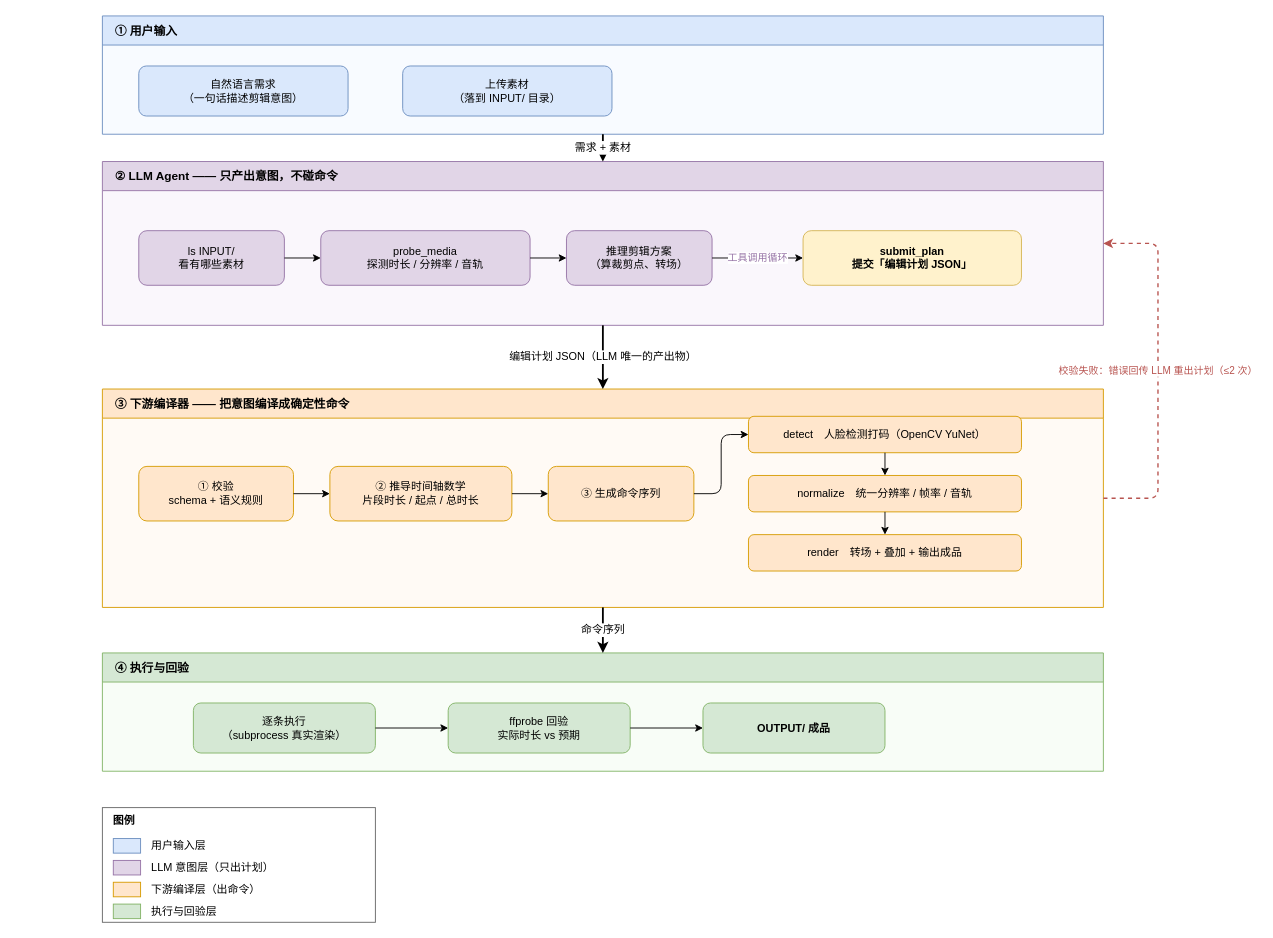
Earlier version of the draw.io diagram docs/architecture-flow.drawio (CoderPro-young/SmartTrimAgent-). Source tidied: cells renumbered, new cells numbered last; positions are measured from the earlier drawing's top-left corner, leaving out a move shared by most shapes. Both pictures are drawn from the tidied source at 91%, with x=0, y=0 at pixel (102, 15).
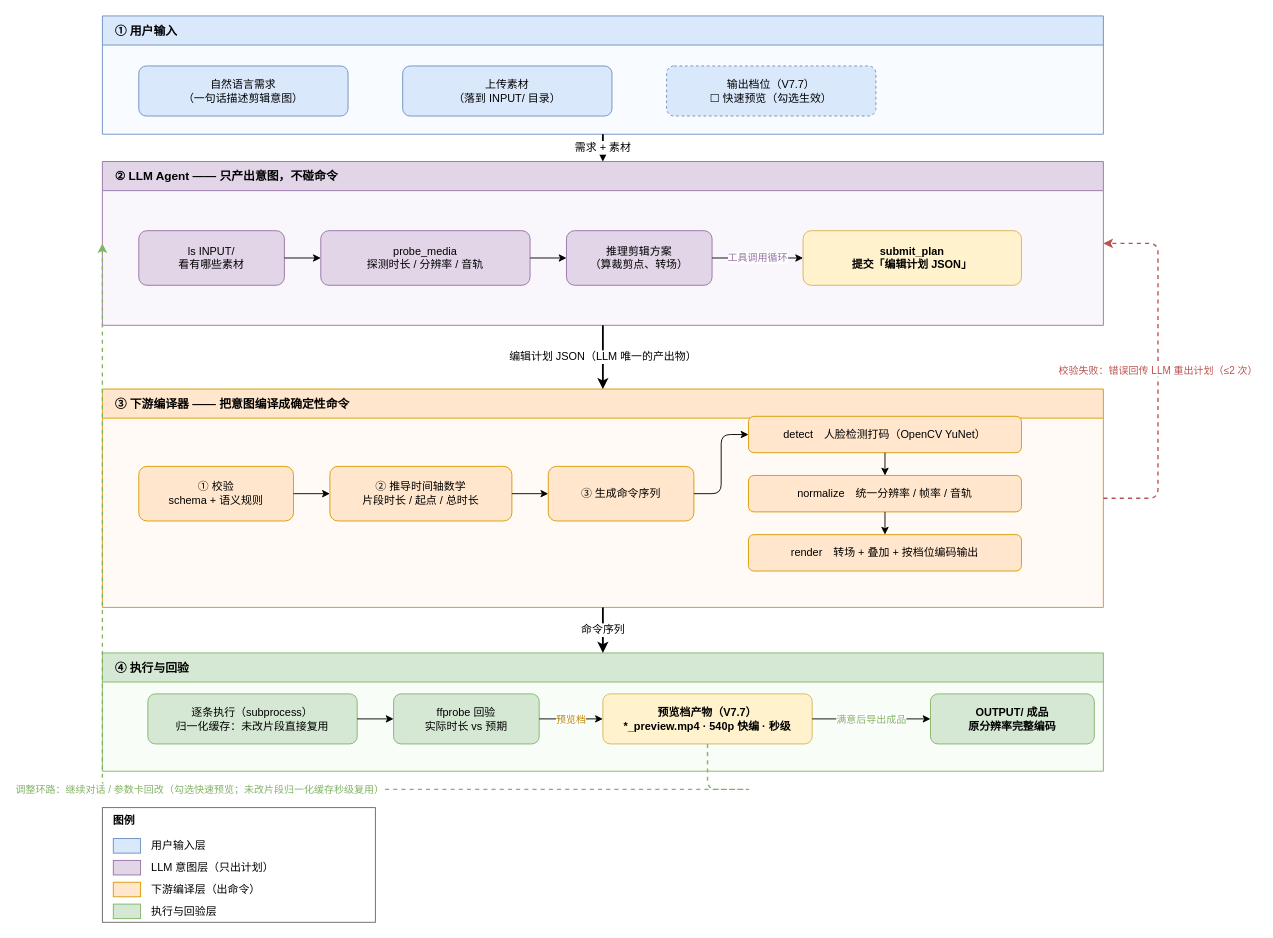
Above is the later version.

The change refers to these unchanged cells:
```xml
<mxCell id="2" value="① 用户输入" style="swimlane;startSize=32;html=1;fillColor=#dae8fc;strokeColor=#6c8ebf;swimlaneFillColor=#f8fbff;fontStyle=1;fontSize=13;verticalAlign=middle;align=left;spacingLeft=12;" parent="1" vertex="1">
  <mxGeometry width="1100" height="130" as="geometry" />
</mxCell>
<mxCell id="5" value="② LLM Agent —— 只产出意图，不碰命令" style="swimlane;startSize=32;html=1;fillColor=#e1d5e7;strokeColor=#9673a6;swimlaneFillColor=#faf7fc;fontStyle=1;fontSize=13;verticalAlign=middle;align=left;spacingLeft=12;" parent="1" vertex="1">
  <mxGeometry y="160" width="1100" height="180" as="geometry" />
</mxCell>
<mxCell id="10" value="③ 下游编译器 —— 把意图编译成确定性命令" style="swimlane;startSize=32;html=1;fillColor=#ffe6cc;strokeColor=#d79b00;swimlaneFillColor=#fffaf5;fontStyle=1;fontSize=13;verticalAlign=middle;align=left;spacingLeft=12;" parent="1" vertex="1">
  <mxGeometry y="410" width="1100" height="240" as="geometry" />
</mxCell>
<mxCell id="17" value="④ 执行与回验" style="swimlane;startSize=32;html=1;fillColor=#d5e8d4;strokeColor=#82b366;swimlaneFillColor=#f8fdf7;fontStyle=1;fontSize=13;verticalAlign=middle;align=left;spacingLeft=12;" parent="1" vertex="1">
  <mxGeometry y="700" width="1100" height="130" as="geometry" />
</mxCell>
```

Change to the diagram source:
```diff
@@
+    <mxCell id="44" value="输出档位（V7.7）&#10;☐ 快速预览（勾选生效）" style="rounded=1;whiteSpace=wrap;html=1;fillColor=#dae8fc;strokeColor=#6c8ebf;fontSize=12;dashed=1;" parent="2" vertex="1">
+      <mxGeometry x="620" y="55" width="230" height="55" as="geometry" />
+    </mxCell>
@@
-    <mxCell id="16" value="render　转场 + 叠加 + 输出成品" style="rounded=1;whiteSpace=wrap;html=1;fillColor=#ffe6cc;strokeColor=#d79b00;fontSize=12;" parent="10" vertex="1">
+    <mxCell id="16" value="render　转场 + 叠加 + 按档位编码输出" style="rounded=1;whiteSpace=wrap;html=1;fillColor=#ffe6cc;strokeColor=#d79b00;fontSize=12;" parent="10" vertex="1">
       <mxGeometry x="710" y="160" width="300" height="40" as="geometry" />
     </mxCell>
@@
-    <mxCell id="18" value="逐条执行&#10;（subprocess 真实渲染）" style="rounded=1;whiteSpace=wrap;html=1;fillColor=#d5e8d4;strokeColor=#82b366;fontSize=12;" parent="17" vertex="1">
-      <mxGeometry x="100" y="55" width="200" height="55" as="geometry" />
+    <mxCell id="18" value="逐条执行（subprocess）&#10;归一化缓存：未改片段直接复用" style="rounded=1;whiteSpace=wrap;html=1;fillColor=#d5e8d4;strokeColor=#82b366;fontSize=12;" parent="17" vertex="1">
+      <mxGeometry x="50" y="45" width="230" height="55" as="geometry" />
     </mxCell>
     <mxCell id="19" value="ffprobe 回验&#10;实际时长 vs 预期" style="rounded=1;whiteSpace=wrap;html=1;fillColor=#d5e8d4;strokeColor=#82b366;fontSize=12;" parent="17" vertex="1">
-      <mxGeometry x="380" y="55" width="200" height="55" as="geometry" />
+      <mxGeometry x="320" y="45" width="160" height="55" as="geometry" />
     </mxCell>
+    <mxCell id="45" value="预览档产物（V7.7）&#10;*_preview.mp4 · 540p 快编 · 秒级" style="rounded=1;whiteSpace=wrap;html=1;fillColor=#fff2cc;strokeColor=#d6b656;fontSize=12;fontStyle=1;" parent="17" vertex="1">
+      <mxGeometry x="550" y="45" width="230" height="55" as="geometry" />
+    </mxCell>
-    <mxCell id="20" value="OUTPUT/ 成品" style="rounded=1;whiteSpace=wrap;html=1;fillColor=#d5e8d4;strokeColor=#82b366;fontSize=12;fontStyle=1;" parent="17" vertex="1">
-      <mxGeometry x="660" y="55" width="200" height="55" as="geometry" />
+    <mxCell id="20" value="OUTPUT/ 成品&#10;原分辨率完整编码" style="rounded=1;whiteSpace=wrap;html=1;fillColor=#d5e8d4;strokeColor=#82b366;fontSize=12;fontStyle=1;" parent="17" vertex="1">
+      <mxGeometry x="910" y="45" width="180" height="55" as="geometry" />
     </mxCell>
@@
-    <mxCell id="30" style="edgeStyle=orthogonalEdgeStyle;rounded=1;jettySize=auto;html=1;exitX=1;exitY=0.5;exitDx=0;exitDy=0;entryX=0;entryY=0.5;entryDx=0;entryDy=0;" parent="1" edge="1" source="19" target="20">
-      <mxGeometry relative="1" as="geometry" />
-    </mxCell>
+    <mxCell id="46" value="预览档" style="edgeStyle=orthogonalEdgeStyle;rounded=1;jettySize=auto;html=1;exitX=1;exitY=0.5;exitDx=0;exitDy=0;entryX=0;entryY=0.5;entryDx=0;entryDy=0;fontSize=11;fontColor=#b8860b;" parent="1" edge="1" source="19" target="45">
+      <mxGeometry relative="1" as="geometry" />
+    </mxCell>
+    <mxCell id="47" value="满意后导出成品" style="edgeStyle=orthogonalEdgeStyle;rounded=1;jettySize=auto;html=1;exitX=1;exitY=0.5;exitDx=0;exitDy=0;entryX=0;entryY=0.5;entryDx=0;entryDy=0;fontSize=11;fontColor=#82b366;" parent="1" edge="1" source="45" target="20">
+      <mxGeometry relative="1" as="geometry" />
+    </mxCell>
+    <mxCell id="48" value="调整环路：继续对话 / 参数卡回改（勾选快速预览；未改片段归一化缓存秒级复用）" style="edgeStyle=orthogonalEdgeStyle;rounded=1;jettySize=auto;html=1;exitX=0.5;exitY=1;exitDx=0;exitDy=0;entryX=0;entryY=0.5;entryDx=0;entryDy=0;dashed=1;strokeColor=#82b366;fontColor=#82b366;fontSize=11;strokeWidth=1.5;" parent="1" edge="1" source="45" target="5">
+      <mxGeometry relative="1" as="geometry">
+        <Array as="points">
+          <mxPoint x="715" y="850" />
+          <mxPoint x="-40" y="850" />
+        </Array>
+      </mxGeometry>
+    </mxCell>
```
